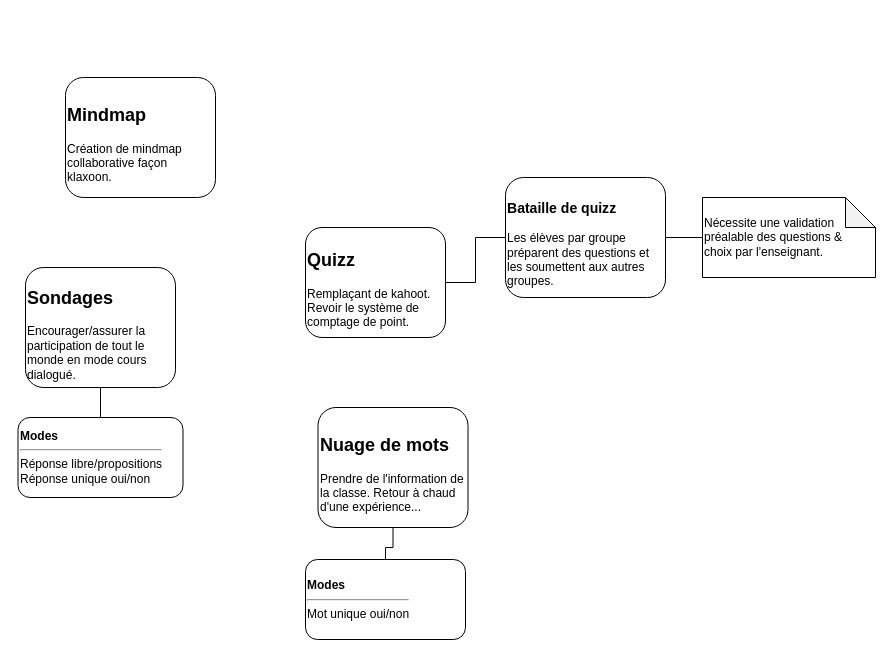
This is page "Boite à idées" (3 of 3) of classtorming.drawio from ml4nC3/classtorming, a draw.io file, before an edit. Source tidied: cells renumbered, new cells numbered last; positions are measured from the earlier drawing's top-left corner, leaving out a move shared by most shapes. Both pictures are drawn from the tidied source at 100%, with x=0, y=0 at pixel (17, 77).
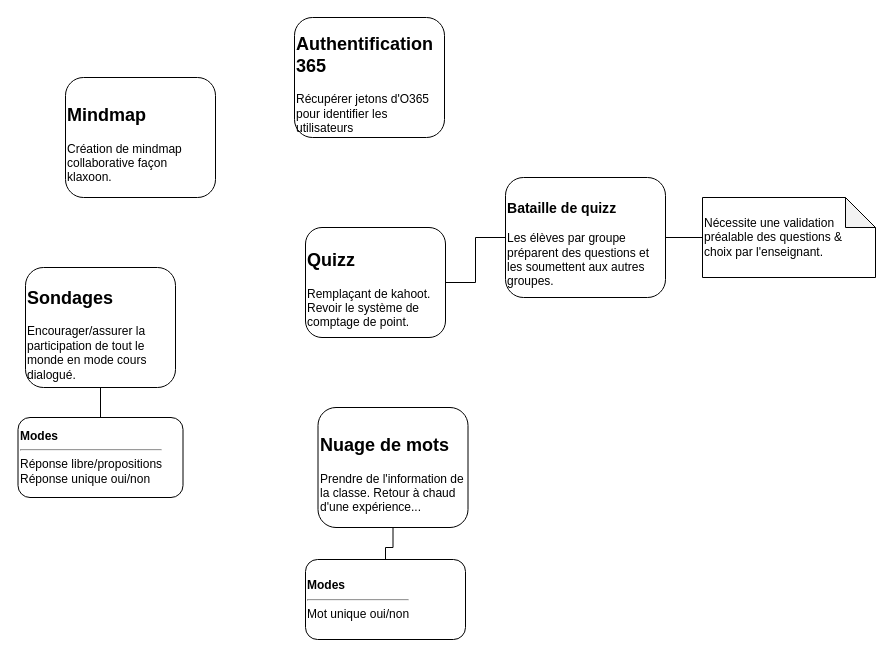
Above is the later version.

The edit, as a diff of the source:
```diff
@@
 <mxGraphModel>
   <root>
     <mxCell id="0" />
     <mxCell id="1" parent="0" />
     <mxCell id="2" style="edgeStyle=orthogonalEdgeStyle;rounded=0;jettySize=auto;html=1;startArrow=none;startFill=0;endArrow=none;endFill=0;" parent="1" edge="1" source="3" target="5">
       <mxGeometry relative="1" as="geometry" />
     </mxCell>
     <mxCell id="3" value="&lt;h2&gt;Quizz&lt;/h2&gt;&lt;div&gt;Remplaçant de kahoot. Revoir le système de comptage de point.&lt;/div&gt;" style="rounded=1;whiteSpace=wrap;html=1;align=left;" parent="1" vertex="1">
       <mxGeometry x="288" y="150" width="140" height="110" as="geometry" />
     </mxCell>
     <mxCell id="4" style="edgeStyle=orthogonalEdgeStyle;rounded=0;jettySize=auto;html=1;startArrow=none;startFill=0;endArrow=none;endFill=0;" parent="1" edge="1" source="5" target="11">
       <mxGeometry relative="1" as="geometry" />
     </mxCell>
     <mxCell id="5" value="&lt;h3&gt;Bataille de quizz&lt;/h3&gt;Les élèves par groupe préparent des questions et les soumettent aux autres groupes." style="rounded=1;whiteSpace=wrap;html=1;align=left;" parent="1" vertex="1">
       <mxGeometry x="488" y="100" width="160" height="120" as="geometry" />
     </mxCell>
     <mxCell id="6" style="edgeStyle=orthogonalEdgeStyle;rounded=0;jettySize=auto;html=1;startArrow=none;startFill=0;endArrow=none;endFill=0;" parent="1" edge="1" source="7" target="12">
       <mxGeometry relative="1" as="geometry" />
     </mxCell>
     <mxCell id="7" value="&lt;h2&gt;Nuage de mots&lt;/h2&gt;&lt;div&gt;Prendre de l'information de la classe. Retour à chaud d'une expérience...&lt;/div&gt;" style="rounded=1;whiteSpace=wrap;html=1;align=left;" parent="1" vertex="1">
       <mxGeometry x="300.5" y="330" width="150" height="120" as="geometry" />
     </mxCell>
     <mxCell id="8" style="edgeStyle=orthogonalEdgeStyle;rounded=0;jettySize=auto;html=1;startArrow=none;startFill=0;endArrow=none;endFill=0;" parent="1" edge="1" source="9" target="10">
       <mxGeometry relative="1" as="geometry" />
     </mxCell>
     <mxCell id="9" value="&lt;h2&gt;Sondages&lt;/h2&gt;&lt;div&gt;Encourager/assurer la participation de tout le monde en mode cours dialogué.&lt;/div&gt;" style="rounded=1;whiteSpace=wrap;html=1;align=left;" parent="1" vertex="1">
       <mxGeometry x="8" y="190" width="150" height="120" as="geometry" />
     </mxCell>
     <mxCell id="10" value="&lt;b&gt;Modes&lt;/b&gt;&lt;hr&gt;Réponse libre/propositions&lt;br&gt;Réponse unique oui/non" style="whiteSpace=wrap;html=1;rounded=1;align=left;" parent="1" vertex="1">
       <mxGeometry x="0.5" y="340" width="165" height="80" as="geometry" />
     </mxCell>
     <mxCell id="11" value="Nécessite une validation préalable des questions &amp;amp; choix&amp;nbsp;par l'enseignant." style="shape=note;whiteSpace=wrap;html=1;backgroundOutline=1;darkOpacity=0.05;rounded=1;align=left;" parent="1" vertex="1">
       <mxGeometry x="685" y="120" width="173" height="80" as="geometry" />
     </mxCell>
     <mxCell id="12" value="&lt;b&gt;Modes&lt;br&gt;&lt;/b&gt;&lt;hr&gt;&lt;span&gt;Mot unique oui/non&lt;/span&gt;" style="whiteSpace=wrap;html=1;rounded=1;align=left;" parent="1" vertex="1">
       <mxGeometry x="288" y="482" width="160" height="80" as="geometry" />
     </mxCell>
     <mxCell id="13" value="&lt;h2&gt;Mindmap&lt;/h2&gt;&lt;div&gt;Création de mindmap collaborative façon klaxoon.&lt;/div&gt;" style="rounded=1;whiteSpace=wrap;html=1;align=left;" parent="1" vertex="1">
       <mxGeometry x="48" width="150" height="120" as="geometry" />
     </mxCell>
+    <mxCell id="14" value="&lt;h2&gt;Authentification 365&lt;/h2&gt;&lt;div&gt;Récupérer jetons d'O365 pour identifier les utilisateurs&lt;/div&gt;" style="rounded=1;whiteSpace=wrap;html=1;align=left;" parent="1" vertex="1">
+      <mxGeometry x="277" y="-60" width="150" height="120" as="geometry" />
+    </mxCell>
   </root>
 </mxGraphModel>
```
